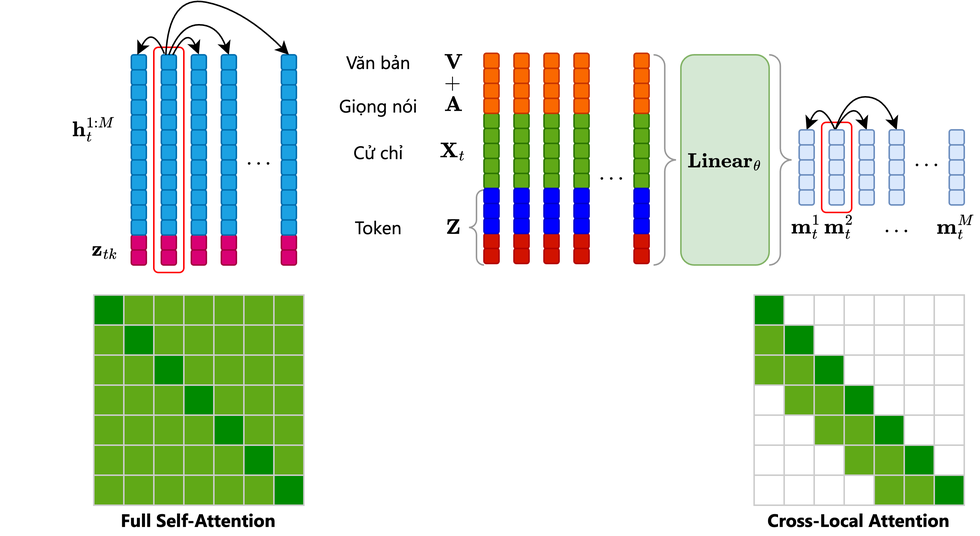
The draw.io diagram siggraph/images/CrossLocalAttention.png in DeepGesture/deepgesture.github.io, before a commit. Source tidied: cells renumbered, new cells last; positions are measured from the earlier drawing's top-left corner, leaving out a move shared by most shapes.
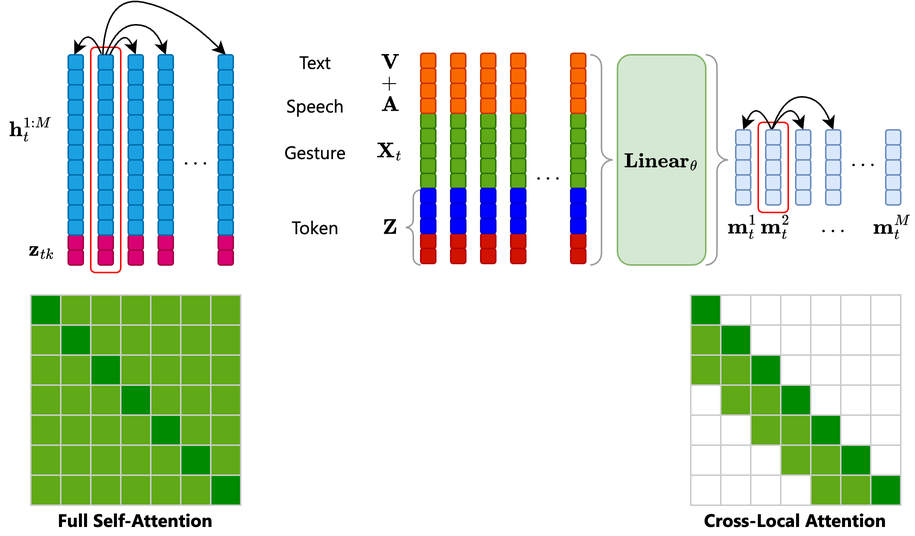
Later version of the same file.

Change to the diagram source:
```diff
@@ -617,13 +617,13 @@
     <mxCell id="192" style="labelPosition=right;align=left;strokeWidth=1;shape=mxgraph.mockup.markup.curlyBrace;html=1;shadow=0;dashed=0;strokeColor=#999999;direction=north;rotation=-180;" parent="1" vertex="1">
       <mxGeometry x="470" y="40" width="14.9" height="140" as="geometry" />
     </mxCell>
-    <mxCell id="193" value="Văn bản" style="text;html=1;align=center;verticalAlign=middle;whiteSpace=wrap;rounded=0;fontFamily=Segoe UI;" parent="1" vertex="1">
+    <mxCell id="193" value="Text" style="text;html=1;align=center;verticalAlign=middle;whiteSpace=wrap;rounded=0;fontFamily=Segoe UI;" parent="1" vertex="1">
       <mxGeometry x="180" y="35" width="60" height="20" as="geometry" />
     </mxCell>
-    <mxCell id="194" value="Giọng nói" style="text;html=1;align=center;verticalAlign=middle;whiteSpace=wrap;rounded=0;fontFamily=Segoe UI;" parent="1" vertex="1">
+    <mxCell id="194" value="Speech" style="text;html=1;align=center;verticalAlign=middle;whiteSpace=wrap;rounded=0;fontFamily=Segoe UI;" parent="1" vertex="1">
       <mxGeometry x="180" y="64" width="60" height="20" as="geometry" />
     </mxCell>
-    <mxCell id="195" value="Cử chỉ" style="text;html=1;align=center;verticalAlign=middle;whiteSpace=wrap;rounded=0;fontFamily=Segoe UI;" parent="1" vertex="1">
+    <mxCell id="195" value="Gesture" style="text;html=1;align=center;verticalAlign=middle;whiteSpace=wrap;rounded=0;fontFamily=Segoe UI;" parent="1" vertex="1">
       <mxGeometry x="180" y="80" width="60" height="50" as="geometry" />
     </mxCell>
     <mxCell id="196" value="Token" style="text;html=1;align=center;verticalAlign=middle;whiteSpace=wrap;rounded=0;fontFamily=Segoe UI;" parent="1" vertex="1">
```
